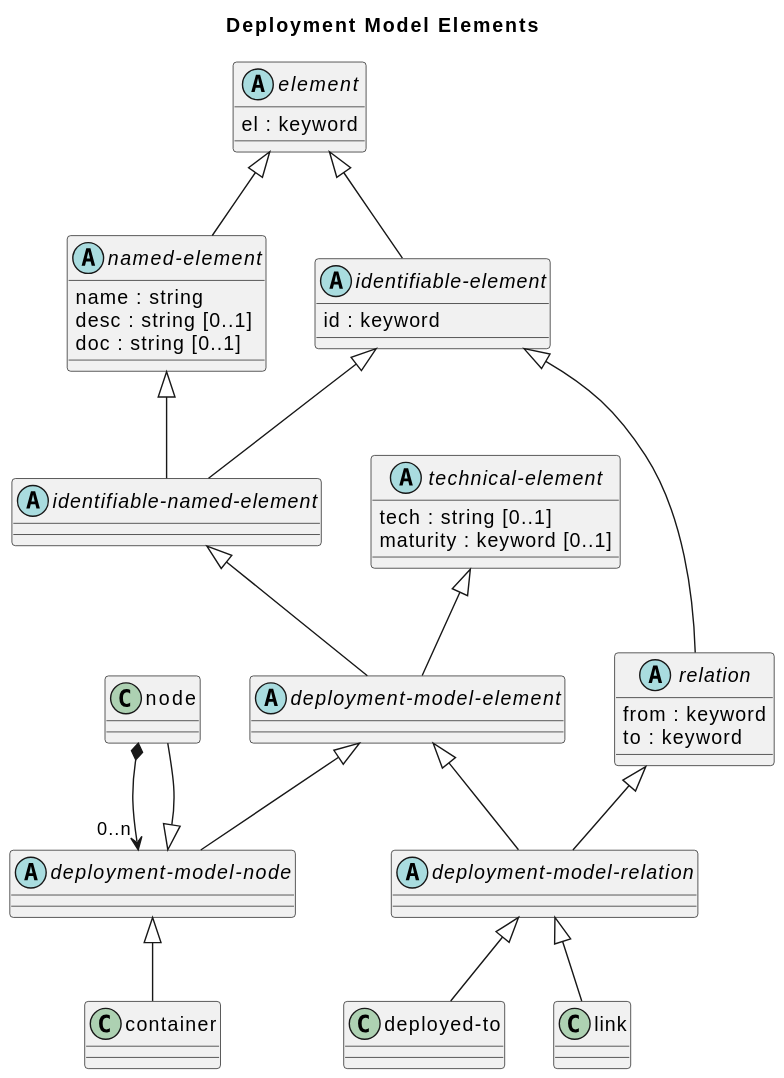
soulspace-org/overarch keeps this PlantUML diagram as doc/images/overarch/data-model/deployment-model-elements.svg. Above is the earlier version.
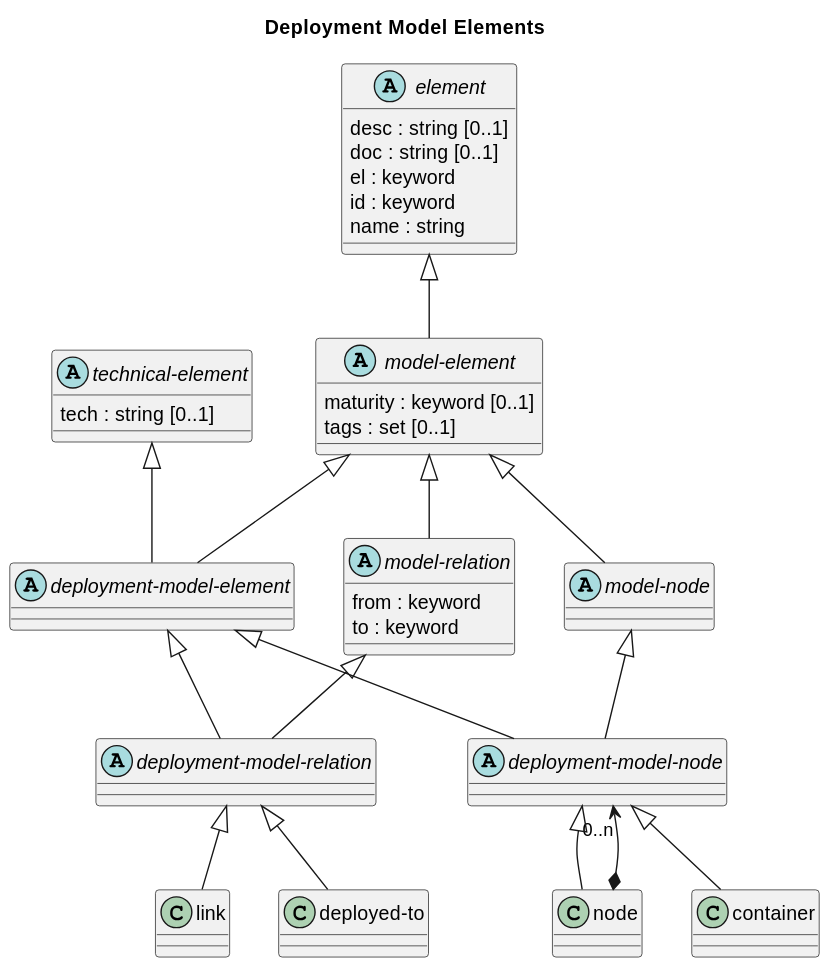
After the change.

Commit message:
updated data-model diagrams

What changed in the source:
```diff
@@ -1,46 +1,44 @@
 @startuml
 title Deployment Model Elements
 
+abstract class "technical-element" as overarch_dataModel_technicalElement {
+  tech : string [0..1]
+}
 class "node" as overarch_dataModel_node {}
-abstract class "identifiable-named-element" as overarch_dataModel_identifiableNamedElement {}
 abstract class "element" as overarch_dataModel_element {
+  desc : string [0..1]
+  doc : string [0..1]
   el : keyword
+  id : keyword
+  name : string
 }
+abstract class "deployment-model-relation" as overarch_dataModel_deploymentModelRelation {}
+class "link" as overarch_dataModel_link {}
+class "deployed-to" as overarch_dataModel_deployedTo {}
 abstract class "deployment-model-node" as overarch_dataModel_deploymentModelNode {}
-class "deployed-to" as overarch_dataModel_deployedTo {}
-abstract class "relation" as overarch_dataModel_relation {
+abstract class "model-node" as overarch_dataModel_modelNode {}
+abstract class "model-relation" as overarch_dataModel_modelRelation {
   from : keyword
   to : keyword
 }
-abstract class "deployment-model-relation" as overarch_dataModel_deploymentModelRelation {}
-abstract class "named-element" as overarch_dataModel_namedElement {
-  name : string
-  desc : string [0..1]
-  doc : string [0..1]
-}
-abstract class "identifiable-element" as overarch_dataModel_identifiableElement {
-  id : keyword
-}
 abstract class "deployment-model-element" as overarch_dataModel_deploymentModelElement {}
-abstract class "technical-element" as overarch_dataModel_technicalElement {
-  tech : string [0..1]
+abstract class "model-element" as overarch_dataModel_modelElement {
   maturity : keyword [0..1]
+  tags : set [0..1]
 }
 class "container" as overarch_dataModel_container {}
-class "link" as overarch_dataModel_link {}
-overarch_dataModel_element <|-- overarch_dataModel_identifiableElement
-overarch_dataModel_element <|-- overarch_dataModel_namedElement
-overarch_dataModel_identifiableElement <|-- overarch_dataModel_identifiableNamedElement
-overarch_dataModel_namedElement <|-- overarch_dataModel_identifiableNamedElement
-overarch_dataModel_identifiableElement <|-- overarch_dataModel_relation
-overarch_dataModel_identifiableNamedElement <|-- overarch_dataModel_deploymentModelElement
+overarch_dataModel_element <|-- overarch_dataModel_modelElement
+overarch_dataModel_modelRelation <|-- overarch_dataModel_deploymentModelRelation
+overarch_dataModel_modelElement <|-- overarch_dataModel_modelNode
+overarch_dataModel_node *-->  "0..n" overarch_dataModel_deploymentModelNode
+overarch_dataModel_modelElement <|-- overarch_dataModel_modelRelation
+overarch_dataModel_deploymentModelElement <|-- overarch_dataModel_deploymentModelNode
+overarch_dataModel_deploymentModelRelation <|-- overarch_dataModel_deployedTo
+overarch_dataModel_modelNode <|-- overarch_dataModel_deploymentModelNode
 overarch_dataModel_technicalElement <|-- overarch_dataModel_deploymentModelElement
-overarch_dataModel_deploymentModelElement <|-- overarch_dataModel_deploymentModelNode
+overarch_dataModel_modelElement <|-- overarch_dataModel_deploymentModelElement
+overarch_dataModel_deploymentModelRelation <|-- overarch_dataModel_link
+overarch_dataModel_deploymentModelNode <|-- overarch_dataModel_node
+overarch_dataModel_deploymentModelNode <|-- overarch_dataModel_container
 overarch_dataModel_deploymentModelElement <|-- overarch_dataModel_deploymentModelRelation
-overarch_dataModel_relation <|-- overarch_dataModel_deploymentModelRelation
-overarch_dataModel_deploymentModelNode <|-- overarch_dataModel_node
-overarch_dataModel_node *-->  "0..n" overarch_dataModel_deploymentModelNode
-overarch_dataModel_deploymentModelNode <|-- overarch_dataModel_container
-overarch_dataModel_deploymentModelRelation <|-- overarch_dataModel_link
-overarch_dataModel_deploymentModelRelation <|-- overarch_dataModel_deployedTo
 @enduml
```
